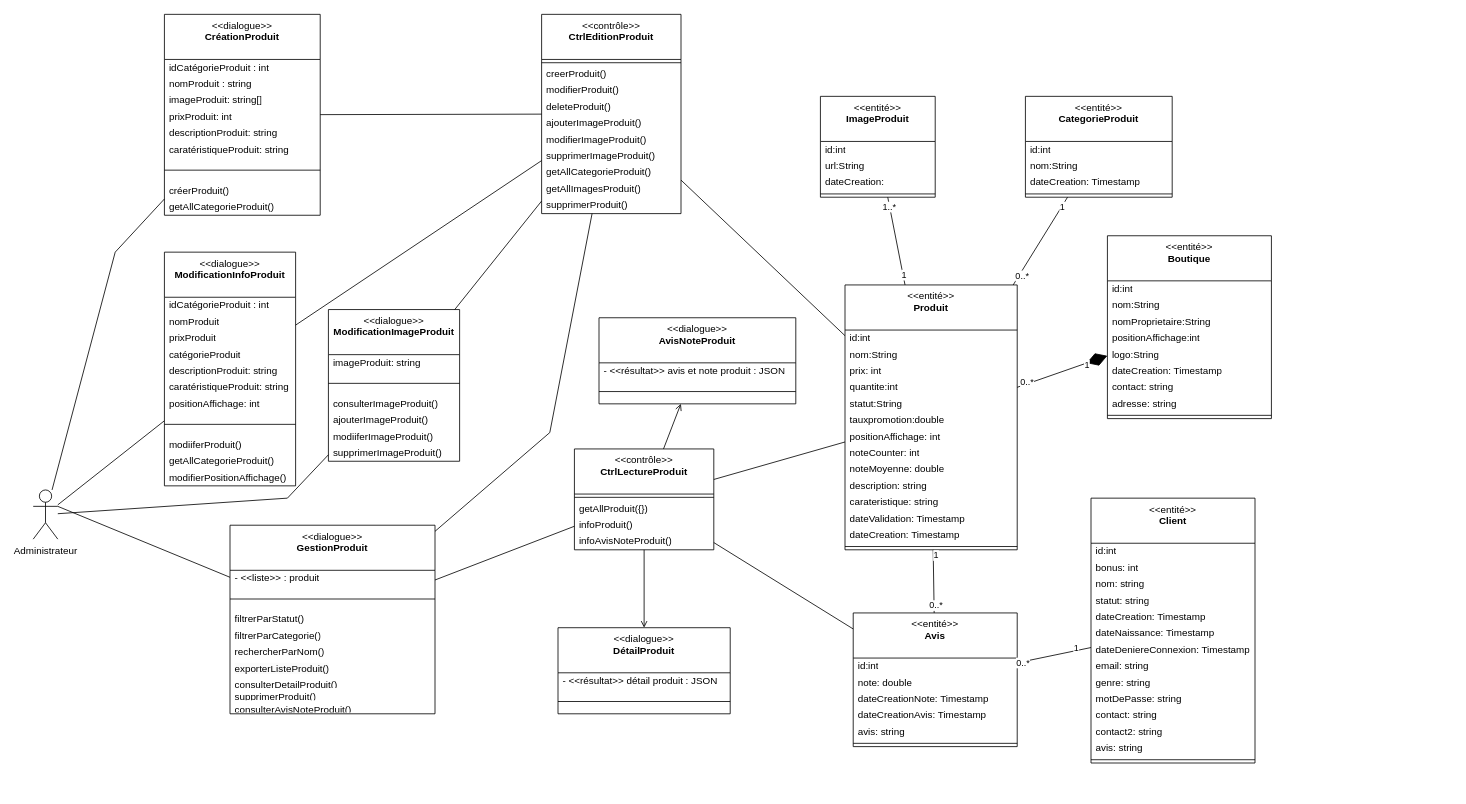
Before: page "DCP-1-GESTION-PRODUIT" (8 of 9) of Diagramme cas d'utiilisation katina.drawio in kbvac/Diagramme-UML, a draw.io diagram. Source tidied: cells renumbered, new cells numbered last; positions are measured from the earlier drawing's top-left corner, leaving out a move shared by most shapes. Both pictures are drawn from the tidied source at 82%, with x=0, y=0 at pixel (33, 14).
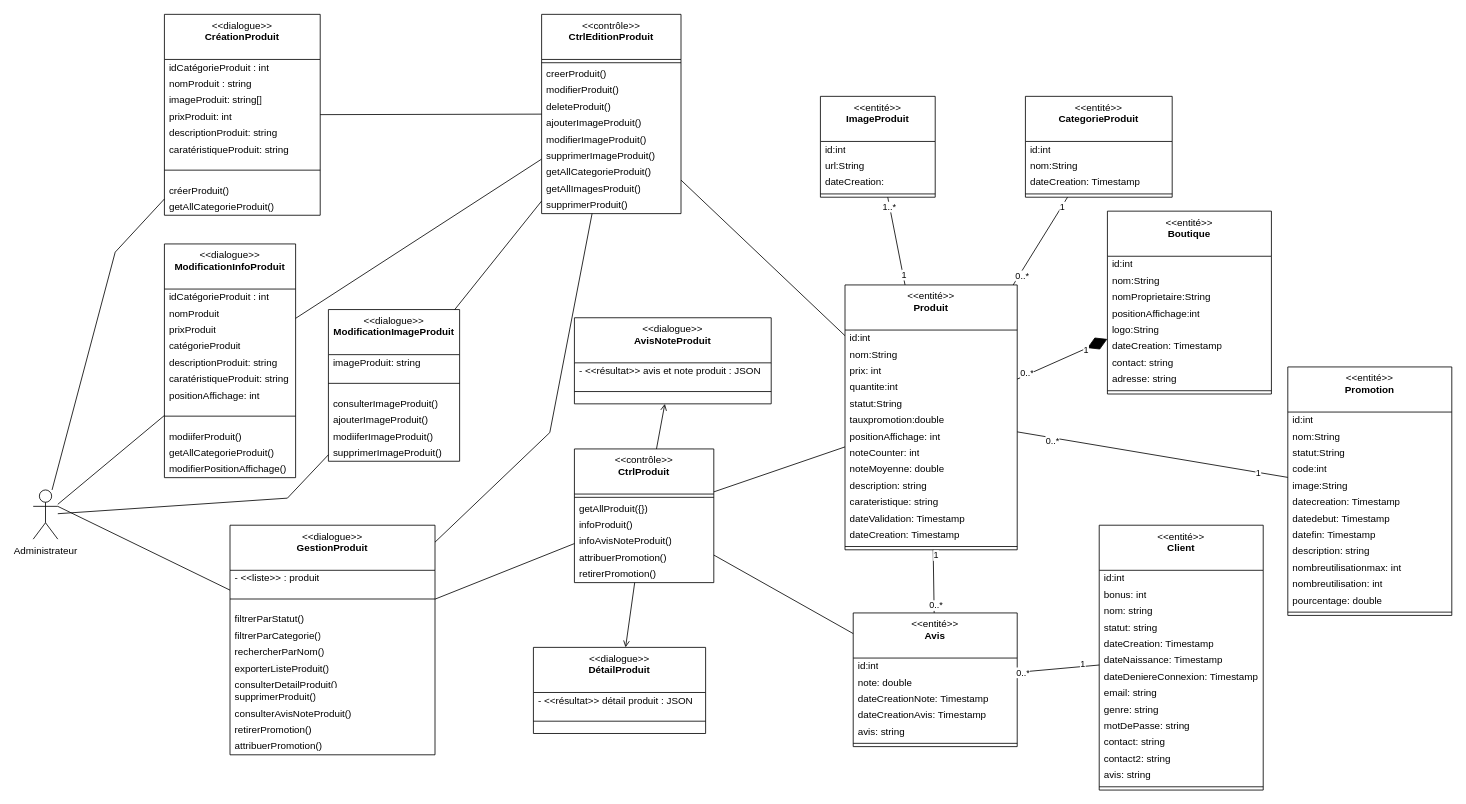
After the change.

Commit message:
Mettre à jour Diagramme cas d'utiilisation katina.drawio

The change refers to these unchanged cells:
```xml
<mxCell id="45" value="&amp;lt;&amp;lt;entité&amp;gt;&amp;gt;&lt;br&gt;&lt;b&gt;Produit&lt;/b&gt;" style="swimlane;fontStyle=0;align=center;verticalAlign=top;horizontal=1;startSize=55;html=1;whiteSpace=wrap;" parent="1" vertex="1">
  <mxGeometry x="990" y="330" width="210" height="323" as="geometry" />
</mxCell>
```

What changed in the source:
```diff
@@
     <mxCell id="3" value="&amp;lt;&amp;lt;dialogue&amp;gt;&amp;gt;&lt;br&gt;&lt;b&gt;GestionProduit&lt;br&gt;&lt;/b&gt;" style="swimlane;fontStyle=0;align=center;verticalAlign=top;horizontal=1;startSize=55;html=1;whiteSpace=wrap;" parent="1" vertex="1">
-      <mxGeometry x="240" y="623" width="250" height="230" as="geometry" />
+      <mxGeometry x="240" y="623" width="250" height="280" as="geometry" />
     </mxCell>
@@
     <mxCell id="11" value="supprimerProduit()" style="text;html=1;strokeColor=none;fillColor=none;align=left;verticalAlign=middle;spacingLeft=4;spacingRight=4;overflow=hidden;whiteSpace=wrap;" parent="3" vertex="1">
-      <mxGeometry y="200" width="250" height="15" as="geometry" />
+      <mxGeometry y="200" width="250" height="20" as="geometry" />
     </mxCell>
     <mxCell id="12" value="consulterAvisNoteProduit()" style="text;html=1;strokeColor=none;fillColor=none;align=left;verticalAlign=middle;spacingLeft=4;spacingRight=4;overflow=hidden;whiteSpace=wrap;" parent="3" vertex="1">
-      <mxGeometry y="215" width="250" height="15" as="geometry" />
+      <mxGeometry y="220" width="250" height="20" as="geometry" />
     </mxCell>
+    <mxCell id="150" value="retirerPromotion()" style="text;html=1;strokeColor=none;fillColor=none;align=left;verticalAlign=middle;spacingLeft=4;spacingRight=4;overflow=hidden;whiteSpace=wrap;" parent="3" vertex="1">
+      <mxGeometry y="240" width="250" height="20" as="geometry" />
+    </mxCell>
+    <mxCell id="151" value="attribuerPromotion()" style="text;html=1;strokeColor=none;fillColor=none;align=left;verticalAlign=middle;spacingLeft=4;spacingRight=4;overflow=hidden;whiteSpace=wrap;" parent="3" vertex="1">
+      <mxGeometry y="260" width="250" height="20" as="geometry" />
+    </mxCell>
-    <mxCell id="13" value="&amp;lt;&amp;lt;contrôle&amp;gt;&amp;gt;&lt;br&gt;&lt;b&gt;CtrlLectureProduit&lt;/b&gt;" style="swimlane;fontStyle=0;align=center;verticalAlign=top;horizontal=1;startSize=55;html=1;whiteSpace=wrap;" parent="1" vertex="1">
-      <mxGeometry x="660" y="530" width="170" height="123" as="geometry" />
+    <mxCell id="13" value="&amp;lt;&amp;lt;contrôle&amp;gt;&amp;gt;&lt;br&gt;&lt;b&gt;CtrlProduit&lt;/b&gt;" style="swimlane;fontStyle=0;align=center;verticalAlign=top;horizontal=1;startSize=55;html=1;whiteSpace=wrap;" parent="1" vertex="1">
+      <mxGeometry x="660" y="530" width="170" height="163" as="geometry" />
     </mxCell>
@@
+    <mxCell id="152" value="attribuerPromotion()" style="text;html=1;strokeColor=none;fillColor=none;align=left;verticalAlign=middle;spacingLeft=4;spacingRight=4;overflow=hidden;whiteSpace=wrap;" parent="13" vertex="1">
+      <mxGeometry y="123" width="170" height="20" as="geometry" />
+    </mxCell>
+    <mxCell id="153" value="retirerPromotion()" style="text;html=1;strokeColor=none;fillColor=none;align=left;verticalAlign=middle;spacingLeft=4;spacingRight=4;overflow=hidden;whiteSpace=wrap;" parent="13" vertex="1">
+      <mxGeometry y="143" width="170" height="20" as="geometry" />
+    </mxCell>
@@
     <mxCell id="31" value="&amp;lt;&amp;lt;dialogue&amp;gt;&amp;gt;&lt;br&gt;&lt;b&gt;ModificationInfoProduit&lt;br&gt;&lt;/b&gt;" style="swimlane;fontStyle=0;align=center;verticalAlign=top;horizontal=1;startSize=55;html=1;whiteSpace=wrap;" parent="1" vertex="1">
-      <mxGeometry x="160" y="290" width="160" height="285" as="geometry" />
+      <mxGeometry x="160" y="280" width="160" height="285" as="geometry" />
     </mxCell>
@@
     <mxCell id="61" value="&amp;lt;&amp;lt;entité&amp;gt;&amp;gt;&lt;br&gt;&lt;b&gt;Boutique&lt;/b&gt;" style="swimlane;fontStyle=0;align=center;verticalAlign=top;horizontal=1;startSize=55;html=1;whiteSpace=wrap;" parent="1" vertex="1">
-      <mxGeometry x="1310" y="270" width="200" height="223" as="geometry" />
+      <mxGeometry x="1310" y="240" width="200" height="223" as="geometry" />
     </mxCell>
@@
     <mxCell id="82" value="&amp;lt;&amp;lt;dialogue&amp;gt;&amp;gt;&lt;br&gt;&lt;b&gt;DétailProduit&lt;br&gt;&lt;br&gt;&lt;/b&gt;" style="swimlane;fontStyle=0;align=center;verticalAlign=top;horizontal=1;startSize=55;html=1;whiteSpace=wrap;" parent="1" vertex="1">
-      <mxGeometry x="640" y="748" width="210" height="105" as="geometry" />
+      <mxGeometry x="610" y="772" width="210" height="105" as="geometry" />
     </mxCell>
@@
     <mxCell id="86" value="&amp;lt;&amp;lt;dialogue&amp;gt;&amp;gt;&lt;br&gt;&lt;b&gt;AvisNoteProduit&lt;br&gt;&lt;br&gt;&lt;/b&gt;" style="swimlane;fontStyle=0;align=center;verticalAlign=top;horizontal=1;startSize=55;html=1;whiteSpace=wrap;" parent="1" vertex="1">
-      <mxGeometry x="690" y="370" width="240" height="105" as="geometry" />
+      <mxGeometry x="660" y="370" width="240" height="105" as="geometry" />
     </mxCell>
@@
     <mxCell id="131" value="&amp;lt;&amp;lt;entité&amp;gt;&amp;gt;&lt;br&gt;&lt;b&gt;Client&lt;/b&gt;" style="swimlane;fontStyle=0;align=center;verticalAlign=top;horizontal=1;startSize=55;html=1;whiteSpace=wrap;" parent="1" vertex="1">
-      <mxGeometry x="1290" y="590" width="200" height="323" as="geometry" />
+      <mxGeometry x="1300" y="623" width="200" height="323" as="geometry" />
     </mxCell>
@@
+    <mxCell id="154" value="&amp;lt;&amp;lt;entité&amp;gt;&amp;gt;&lt;br&gt;&lt;b&gt;Promotion&lt;/b&gt;" style="swimlane;fontStyle=0;align=center;verticalAlign=top;horizontal=1;startSize=55;html=1;whiteSpace=wrap;" parent="1" vertex="1">
+      <mxGeometry x="1530" y="430" width="200" height="303" as="geometry" />
+    </mxCell>
+    <mxCell id="155" value="id:int" style="text;html=1;align=left;verticalAlign=middle;spacingLeft=4;spacingRight=4;overflow=hidden;whiteSpace=wrap;" parent="154" vertex="1">
+      <mxGeometry y="55" width="200" height="20" as="geometry" />
+    </mxCell>
+    <mxCell id="156" value="nom:String" style="text;html=1;strokeColor=none;fillColor=none;align=left;verticalAlign=middle;spacingLeft=4;spacingRight=4;overflow=hidden;whiteSpace=wrap;" parent="154" vertex="1">
+      <mxGeometry y="75" width="200" height="20" as="geometry" />
+    </mxCell>
+    <mxCell id="157" value="statut:String" style="text;html=1;strokeColor=none;fillColor=none;align=left;verticalAlign=middle;spacingLeft=4;spacingRight=4;overflow=hidden;whiteSpace=wrap;" parent="154" vertex="1">
+      <mxGeometry y="95" width="200" height="20" as="geometry" />
+    </mxCell>
+    <mxCell id="158" value="code:int" style="text;html=1;strokeColor=none;fillColor=none;align=left;verticalAlign=middle;spacingLeft=4;spacingRight=4;overflow=hidden;whiteSpace=wrap;" parent="154" vertex="1">
+      <mxGeometry y="115" width="200" height="20" as="geometry" />
+    </mxCell>
+    <mxCell id="159" value="image:String" style="text;html=1;strokeColor=none;fillColor=none;align=left;verticalAlign=middle;spacingLeft=4;spacingRight=4;overflow=hidden;whiteSpace=wrap;" parent="154" vertex="1">
+      <mxGeometry y="135" width="200" height="20" as="geometry" />
+    </mxCell>
+    <mxCell id="160" value="datecreation: Timestamp" style="text;html=1;strokeColor=none;fillColor=none;align=left;verticalAlign=middle;spacingLeft=4;spacingRight=4;overflow=hidden;whiteSpace=wrap;" parent="154" vertex="1">
+      <mxGeometry y="155" width="200" height="20" as="geometry" />
+    </mxCell>
+    <mxCell id="161" value="datedebut: Timestamp" style="text;html=1;strokeColor=none;fillColor=none;align=left;verticalAlign=middle;spacingLeft=4;spacingRight=4;overflow=hidden;whiteSpace=wrap;" parent="154" vertex="1">
+      <mxGeometry y="175" width="200" height="20" as="geometry" />
+    </mxCell>
+    <mxCell id="162" value="datefin: Timestamp" style="text;html=1;strokeColor=none;fillColor=none;align=left;verticalAlign=middle;spacingLeft=4;spacingRight=4;overflow=hidden;whiteSpace=wrap;" parent="154" vertex="1">
+      <mxGeometry y="195" width="200" height="20" as="geometry" />
+    </mxCell>
+    <mxCell id="163" value="description: string" style="text;html=1;strokeColor=none;fillColor=none;align=left;verticalAlign=middle;spacingLeft=4;spacingRight=4;overflow=hidden;whiteSpace=wrap;" parent="154" vertex="1">
+      <mxGeometry y="215" width="200" height="20" as="geometry" />
+    </mxCell>
+    <mxCell id="164" value="nombreutilisationmax: int" style="text;html=1;strokeColor=none;fillColor=none;align=left;verticalAlign=middle;spacingLeft=4;spacingRight=4;overflow=hidden;whiteSpace=wrap;" parent="154" vertex="1">
+      <mxGeometry y="235" width="200" height="20" as="geometry" />
+    </mxCell>
+    <mxCell id="165" value="nombreutilisation: int" style="text;html=1;strokeColor=none;fillColor=none;align=left;verticalAlign=middle;spacingLeft=4;spacingRight=4;overflow=hidden;whiteSpace=wrap;" parent="154" vertex="1">
+      <mxGeometry y="255" width="200" height="20" as="geometry" />
+    </mxCell>
+    <mxCell id="166" value="pourcentage: double" style="text;html=1;strokeColor=none;fillColor=none;align=left;verticalAlign=middle;spacingLeft=4;spacingRight=4;overflow=hidden;whiteSpace=wrap;" parent="154" vertex="1">
+      <mxGeometry y="275" width="200" height="20" as="geometry" />
+    </mxCell>
+    <mxCell id="167" style="line;strokeWidth=1;fillColor=none;align=left;verticalAlign=middle;spacingTop=-1;spacingLeft=3;spacingRight=3;labelPosition=right;" parent="154" vertex="1">
+      <mxGeometry y="295" width="200" height="8" as="geometry" />
+    </mxCell>
+    <mxCell id="168" style="endArrow=none;startArrow=none;endFill=0;startFill=0;endSize=8;html=1;verticalAlign=bottom;labelBackgroundColor=none;strokeWidth=1;rounded=0;" parent="1" edge="1" source="154" target="45">
+      <mxGeometry relative="1" as="geometry" />
+    </mxCell>
+    <mxCell id="169" value="1" style="edgeLabel;html=1;align=center;verticalAlign=middle;" parent="168" vertex="1">
+      <mxGeometry x="-0.78" relative="1" as="geometry" />
+    </mxCell>
+    <mxCell id="170" value="0..*" style="edgeLabel;html=1;align=center;verticalAlign=middle;" parent="168" vertex="1">
+      <mxGeometry x="0.74" y="2" relative="1" as="geometry">
+        <mxPoint y="1" as="offset" />
+      </mxGeometry>
+    </mxCell>
```
